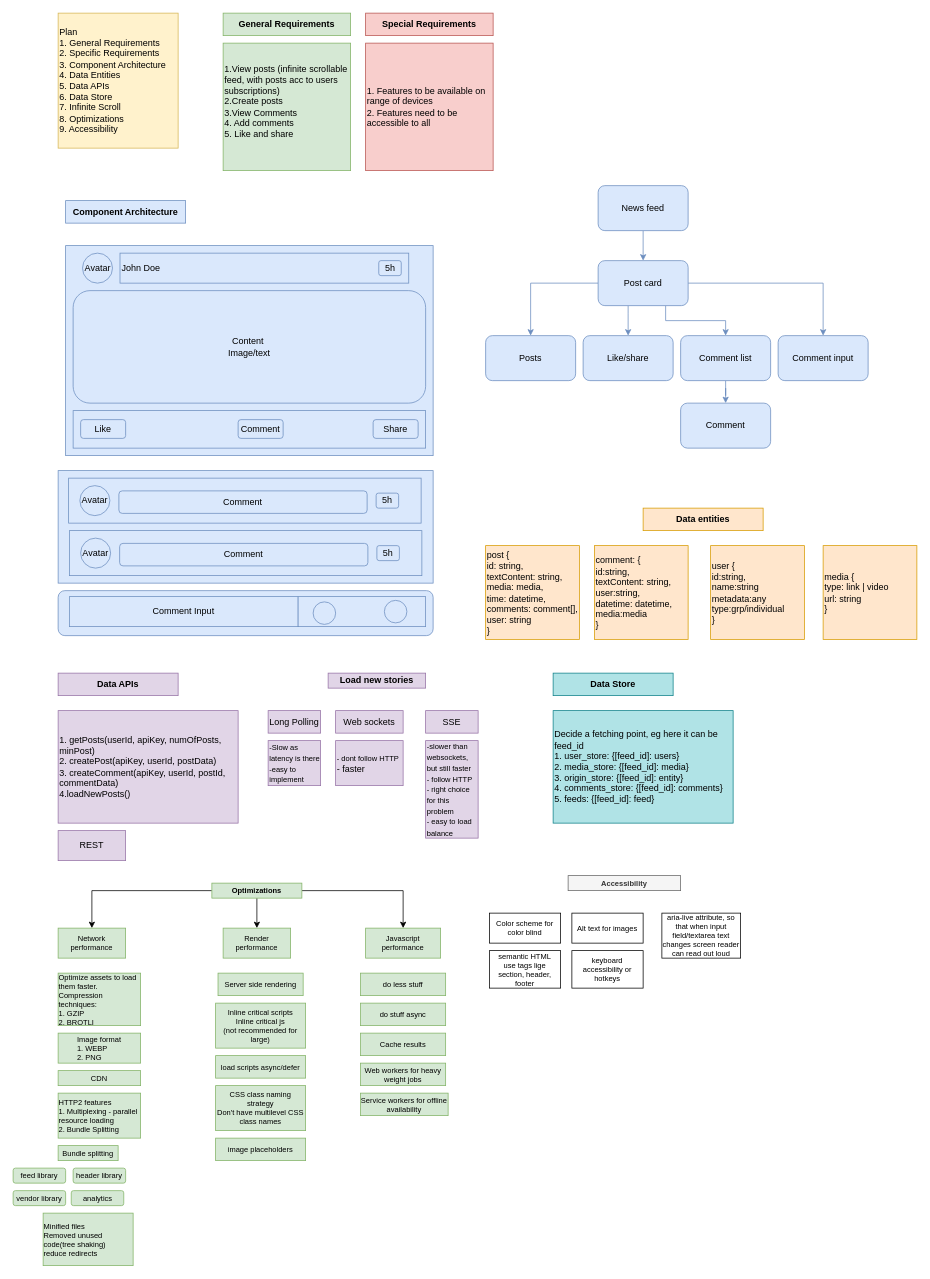
This is Untitled Diagram.drawio from archij30/FrontendSystemDesign, a draw.io file, before an edit. Source tidied: cells renumbered, new cells numbered last; positions are measured from the earlier drawing's top-left corner, leaving out a move shared by most shapes. Both pictures are drawn from the tidied source at 75%, with x=0, y=0 at pixel (13, 13).
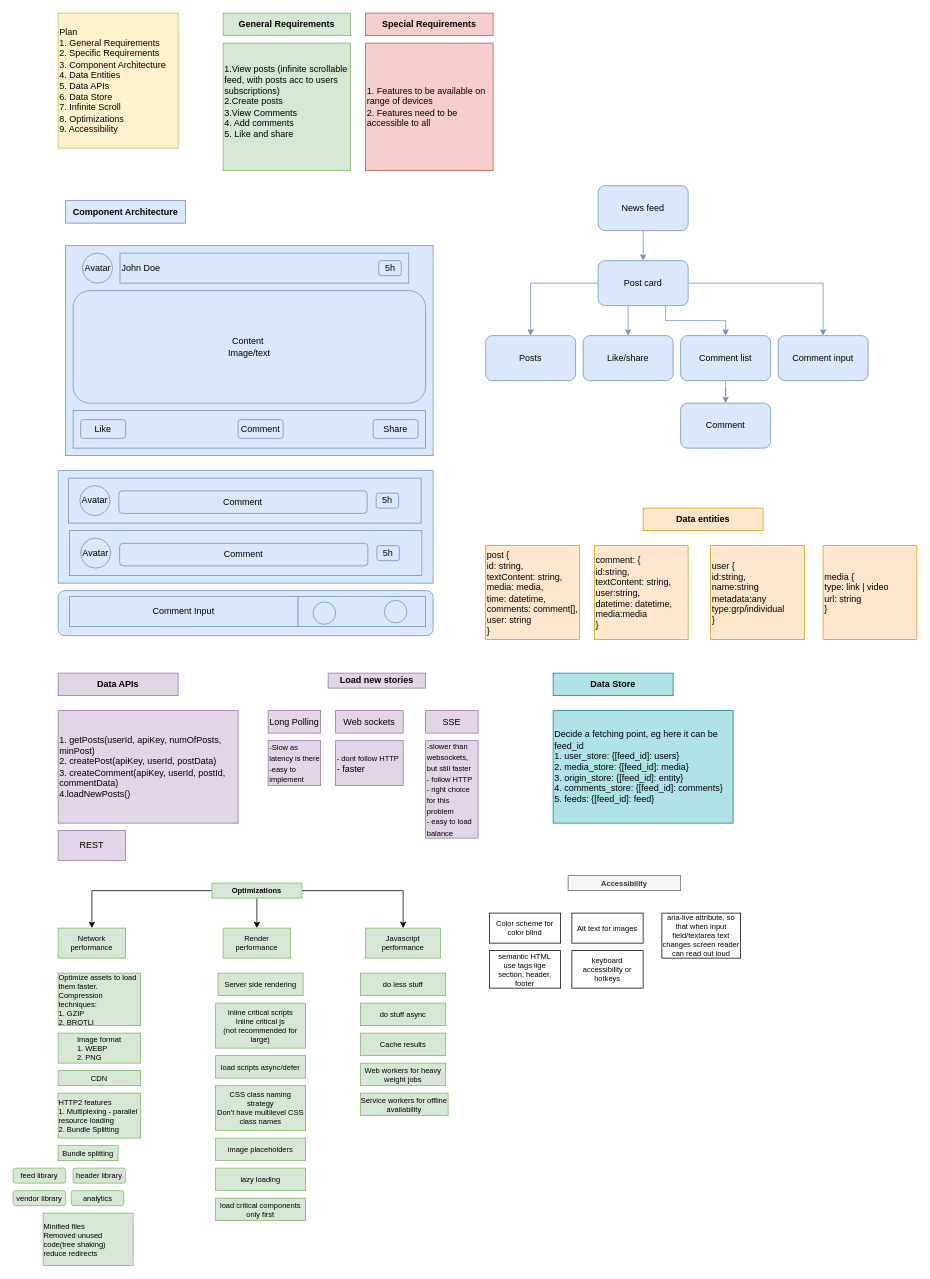
After the change.

The edit, as a diff of the source:
```diff
@@
+    <mxCell id="94" value="lazy loading" style="rounded=0;whiteSpace=wrap;html=1;fontSize=10;fillColor=#d5e8d4;strokeColor=#82b366;" parent="1" vertex="1">
+      <mxGeometry x="270" y="1540" width="120" height="30" as="geometry" />
+    </mxCell>
+    <mxCell id="95" value="load critical components only first" style="rounded=0;whiteSpace=wrap;html=1;fontSize=10;fillColor=#d5e8d4;strokeColor=#82b366;" parent="1" vertex="1">
+      <mxGeometry x="270" y="1580" width="120" height="30" as="geometry" />
+    </mxCell>
```
